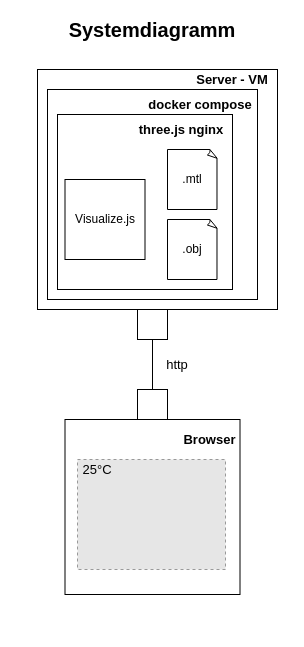
Earlier version of the draw.io diagram Documents/Systemdiagramm.drawio (philipp323/ha_visualisierung). Source tidied: cells renumbered, new cells numbered last; positions are measured from the earlier drawing's top-left corner, leaving out a move shared by most shapes. Both pictures are drawn from the tidied source at 100%, with x=0, y=0 at pixel (17, 19). Pictures stored in the file or linked from it are replaced by grey dashed boxes.
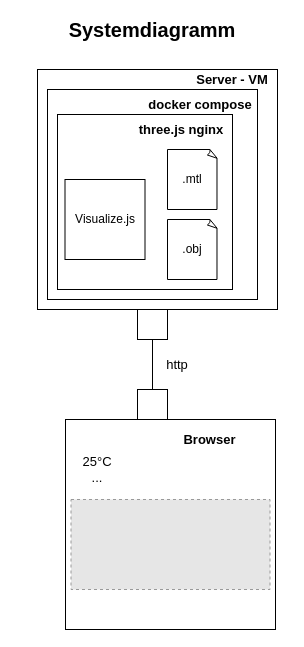
Above is the later version.

Diff of the diagram source:
```diff
@@
     <mxCell id="15" style="whiteSpace=wrap;html=1;fontSize=13;" parent="1" vertex="1">
-      <mxGeometry x="47.5" y="400" width="175" height="175" as="geometry" />
+      <mxGeometry x="48" y="400" width="210" height="210" as="geometry" />
     </mxCell>
@@
-    <mxCell id="18" style="fillColor=#E6E6E6;strokeColor=#999999;dashed=1;verticalLabelPosition=bottom;labelBackgroundColor=#ffffff;verticalAlign=top;" parent="1" vertex="1">
-      <mxGeometry x="60" y="440" width="148" height="110" as="geometry" />
-    </mxCell>
-    <mxCell id="19" value="25°C" style="text;html=1;strokeColor=none;fillColor=none;align=center;verticalAlign=middle;whiteSpace=wrap;rounded=0;fontSize=13;" parent="1" vertex="1">
+    <mxCell id="19" value="&lt;div&gt;25°C&lt;/div&gt;&lt;div&gt;...&lt;br&gt;&lt;/div&gt;" style="text;html=1;strokeColor=none;fillColor=none;align=center;verticalAlign=middle;whiteSpace=wrap;rounded=0;fontSize=13;" parent="1" vertex="1">
       <mxGeometry x="60" y="440" width="40" height="20" as="geometry" />
     </mxCell>
+    <mxCell id="20" style="fillColor=#E6E6E6;strokeColor=#999999;dashed=1;verticalLabelPosition=bottom;labelBackgroundColor=#ffffff;verticalAlign=top;" parent="1" vertex="1">
+      <mxGeometry x="53.5" y="480" width="199" height="90" as="geometry" />
+    </mxCell>
```
